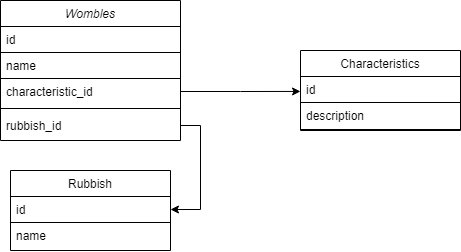
Earlier version of the draw.io export wombles DB.drawio.png (cody-newman-21/Initial-Repo). Source tidied: cells renumbered, new cells last; positions are measured from the earlier drawing's top-left corner, leaving out a move shared by most shapes.
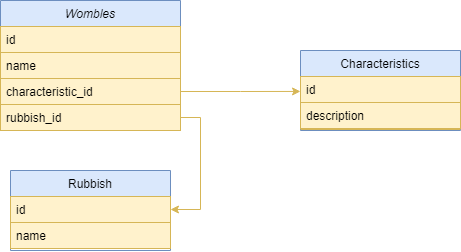
The same file after the commit.

Change to the diagram source:
```diff
@@ -2,49 +2,46 @@
   <root>
     <mxCell id="0" />
     <mxCell id="1" parent="0" />
-    <mxCell id="2" value="Wombles" style="swimlane;fontStyle=2;align=center;verticalAlign=top;horizontal=1;startSize=26;rounded=0;shadow=0;strokeWidth=1;" parent="1" vertex="1">
-      <mxGeometry width="180" height="140" as="geometry" />
+    <mxCell id="2" value="Wombles" style="swimlane;fontStyle=2;align=center;verticalAlign=top;horizontal=1;startSize=26;rounded=0;shadow=0;strokeWidth=1;fillColor=#dae8fc;strokeColor=#6c8ebf;sketch=0;" parent="1" vertex="1">
+      <mxGeometry width="180" height="130" as="geometry" />
     </mxCell>
-    <mxCell id="3" value="id" style="text;align=left;verticalAlign=top;spacingLeft=4;spacingRight=4;overflow=hidden;strokeColor=#000000;" parent="2" vertex="1">
+    <mxCell id="3" value="id" style="text;align=left;verticalAlign=top;spacingLeft=4;spacingRight=4;overflow=hidden;strokeColor=#d6b656;fillColor=#fff2cc;shadow=0;sketch=0;" parent="2" vertex="1">
       <mxGeometry y="26" width="180" height="26" as="geometry" />
     </mxCell>
-    <mxCell id="4" value="name" style="text;align=left;verticalAlign=top;spacingLeft=4;spacingRight=4;overflow=hidden;rounded=0;shadow=0;html=0;strokeColor=#000000;" parent="2" vertex="1">
+    <mxCell id="4" value="name" style="text;align=left;verticalAlign=top;spacingLeft=4;spacingRight=4;overflow=hidden;rounded=0;shadow=0;html=0;strokeColor=#d6b656;fillColor=#fff2cc;sketch=0;" parent="2" vertex="1">
       <mxGeometry y="52" width="180" height="26" as="geometry" />
     </mxCell>
-    <mxCell id="5" value="characteristic_id" style="text;align=left;verticalAlign=top;spacingLeft=4;spacingRight=4;overflow=hidden;points=[[0,0.5],[1,0.5]];portConstraint=eastwest;rounded=0;shadow=0;html=0;" parent="2" vertex="1">
+    <mxCell id="5" value="characteristic_id" style="text;align=left;verticalAlign=top;spacingLeft=4;spacingRight=4;overflow=hidden;points=[[0,0.5],[1,0.5]];portConstraint=eastwest;rounded=0;shadow=0;html=0;fillColor=#fff2cc;strokeColor=#d6b656;sketch=0;" parent="2" vertex="1">
       <mxGeometry y="78" width="180" height="26" as="geometry" />
     </mxCell>
-    <mxCell id="6" style="line;html=1;strokeWidth=1;align=left;verticalAlign=middle;spacingTop=-1;spacingLeft=3;spacingRight=3;labelPosition=right;" parent="2" vertex="1">
-      <mxGeometry y="104" width="180" height="8" as="geometry" />
-    </mxCell>
-    <mxCell id="7" value="rubbish_id" style="text;align=left;verticalAlign=top;spacingLeft=4;spacingRight=4;overflow=hidden;points=[[0,0.5],[1,0.5]];portConstraint=eastwest;" parent="2" vertex="1">
-      <mxGeometry y="112" width="180" height="26" as="geometry" />
+    <mxCell id="7" value="rubbish_id" style="text;align=left;verticalAlign=top;spacingLeft=4;spacingRight=4;overflow=hidden;points=[[0,0.5],[1,0.5]];portConstraint=eastwest;fillColor=#fff2cc;strokeColor=#d6b656;shadow=0;sketch=0;" parent="2" vertex="1">
+      <mxGeometry y="104" width="180" height="26" as="geometry" />
     </mxCell>
-    <mxCell id="8" value="Rubbish" style="swimlane;fontStyle=0;align=center;verticalAlign=top;horizontal=1;startSize=26;rounded=0;shadow=0;strokeWidth=1;" parent="1" vertex="1">
+    <mxCell id="8" value="Rubbish" style="swimlane;fontStyle=0;align=center;verticalAlign=top;horizontal=1;startSize=26;rounded=0;shadow=0;strokeWidth=1;fillColor=#dae8fc;strokeColor=#6c8ebf;sketch=0;" parent="1" vertex="1">
       <mxGeometry x="10" y="170" width="160" height="80" as="geometry" />
     </mxCell>
-    <mxCell id="9" value="id    " style="text;align=left;verticalAlign=top;spacingLeft=4;spacingRight=4;overflow=hidden;points=[[0,0.5],[1,0.5]];portConstraint=eastwest;strokeColor=#000000;" parent="8" vertex="1">
+    <mxCell id="9" value="id    " style="text;align=left;verticalAlign=top;spacingLeft=4;spacingRight=4;overflow=hidden;points=[[0,0.5],[1,0.5]];portConstraint=eastwest;strokeColor=#d6b656;fillColor=#fff2cc;shadow=0;sketch=0;" parent="8" vertex="1">
       <mxGeometry y="26" width="160" height="26" as="geometry" />
     </mxCell>
-    <mxCell id="10" value="name" style="text;align=left;verticalAlign=top;spacingLeft=4;spacingRight=4;overflow=hidden;rounded=0;shadow=0;html=0;" parent="8" vertex="1">
+    <mxCell id="10" value="name" style="text;align=left;verticalAlign=top;spacingLeft=4;spacingRight=4;overflow=hidden;rounded=0;shadow=0;html=0;fillColor=#fff2cc;strokeColor=#d6b656;sketch=0;" parent="8" vertex="1">
       <mxGeometry y="52" width="160" height="26" as="geometry" />
     </mxCell>
-    <mxCell id="11" value="Characteristics" style="swimlane;fontStyle=0;align=center;verticalAlign=top;horizontal=1;startSize=26;rounded=0;shadow=0;strokeWidth=1;" parent="1" vertex="1">
+    <mxCell id="11" value="Characteristics" style="swimlane;fontStyle=0;align=center;verticalAlign=top;horizontal=1;startSize=26;rounded=0;shadow=0;strokeWidth=1;fillColor=#dae8fc;strokeColor=#6c8ebf;sketch=0;" parent="1" vertex="1">
       <mxGeometry x="300" y="50" width="160" height="80" as="geometry" />
     </mxCell>
-    <mxCell id="12" value="id" style="text;align=left;verticalAlign=top;spacingLeft=4;spacingRight=4;overflow=hidden;strokeColor=#000000;" parent="11" vertex="1">
+    <mxCell id="12" value="id" style="text;align=left;verticalAlign=top;spacingLeft=4;spacingRight=4;overflow=hidden;strokeColor=#d6b656;fillColor=#fff2cc;shadow=0;sketch=0;" parent="11" vertex="1">
       <mxGeometry y="26" width="160" height="26" as="geometry" />
     </mxCell>
-    <mxCell id="13" value="description" style="text;align=left;verticalAlign=top;spacingLeft=4;spacingRight=4;overflow=hidden;rounded=0;shadow=0;html=0;" parent="11" vertex="1">
+    <mxCell id="13" value="description" style="text;align=left;verticalAlign=top;spacingLeft=4;spacingRight=4;overflow=hidden;rounded=0;shadow=0;html=0;fillColor=#fff2cc;strokeColor=#d6b656;sketch=0;" parent="11" vertex="1">
       <mxGeometry y="52" width="160" height="26" as="geometry" />
     </mxCell>
-    <mxCell id="14" style="line;html=1;strokeWidth=1;align=left;verticalAlign=middle;spacingTop=-1;spacingLeft=3;spacingRight=3;labelPosition=right;" parent="11" vertex="1">
+    <mxCell id="14" style="line;html=1;strokeWidth=1;align=left;verticalAlign=middle;spacingTop=-1;spacingLeft=3;spacingRight=3;labelPosition=right;fillColor=#fff2cc;strokeColor=#d6b656;shadow=0;sketch=0;" parent="11" vertex="1">
       <mxGeometry y="78" width="160" height="2" as="geometry" />
     </mxCell>
-    <mxCell id="15" style="edgeStyle=orthogonalEdgeStyle;rounded=0;jettySize=auto;html=1;exitX=1;exitY=0.5;exitDx=0;exitDy=0;entryX=1;entryY=0.5;entryDx=0;entryDy=0;" parent="1" edge="1" source="7" target="9">
+    <mxCell id="15" style="edgeStyle=orthogonalEdgeStyle;rounded=0;jettySize=auto;html=1;exitX=1;exitY=0.5;exitDx=0;exitDy=0;entryX=1;entryY=0.5;entryDx=0;entryDy=0;fillColor=#fff2cc;strokeColor=#d6b656;shadow=0;sketch=0;" parent="1" edge="1" source="7" target="9">
       <mxGeometry relative="1" as="geometry" />
     </mxCell>
-    <mxCell id="16" style="edgeStyle=orthogonalEdgeStyle;rounded=0;jettySize=auto;html=1;exitX=1;exitY=0.5;exitDx=0;exitDy=0;" parent="1" edge="1" source="5">
+    <mxCell id="16" style="edgeStyle=orthogonalEdgeStyle;rounded=0;jettySize=auto;html=1;exitX=1;exitY=0.5;exitDx=0;exitDy=0;fillColor=#fff2cc;strokeColor=#d6b656;shadow=0;sketch=0;" parent="1" edge="1" source="5">
       <mxGeometry relative="1" as="geometry">
         <mxPoint x="300" y="90.9" as="targetPoint" />
       </mxGeometry>
```
